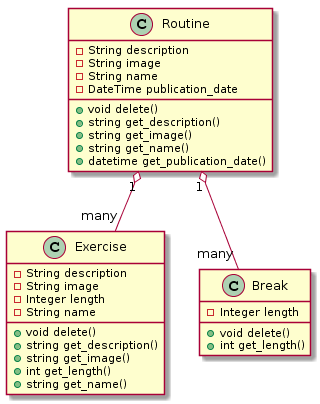
karolinaoparczyk/Python_GTK keeps this PlantUML diagram as doc/ds/class_diagram.png. Above is the earlier version.
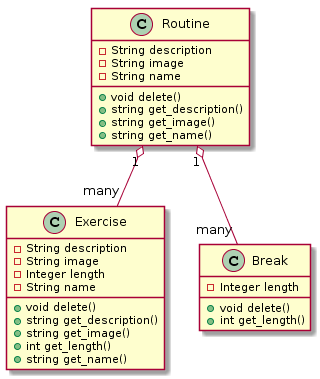
Above is the later version.

Commit message:
class diagram changes

The edit, as a diff of the source:
```diff
@@ -6,12 +6,10 @@
 	-String description
 	-String image
 	-String name
-	-DateTime publication_date
 	+void delete()
 	+string get_description()
 	+string get_image()
 	+string get_name()
-	+datetime get_publication_date()
 }
 
 class Exercise {
```
